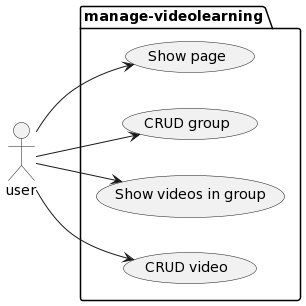
The PlantUML diagram design/docs/pages/manage/usecase.png in quynhphungvn/self-management, before a commit.
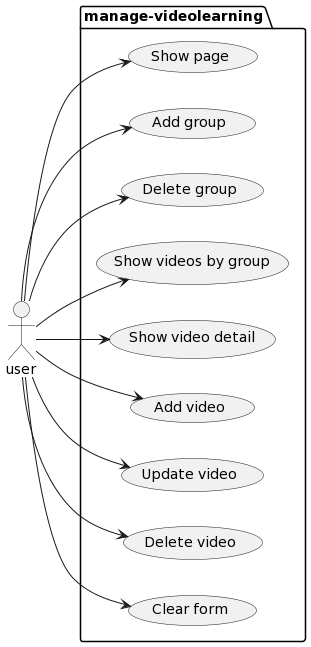
The same file after the commit.

Diff of the diagram source:
```diff
@@ -3,12 +3,22 @@
 actor user as u
 package manage-videolearning {
 usecase "Show page" as u1
-usecase "CRUD group" as u2
-usecase "Show videos in group" as u3
-usecase "CRUD video" as u4
+usecase "Add group" as u2
+usecase "Delete group" as u3
+usecase "Show videos by group" as u4
+usecase "Show video detail" as u5
+usecase "Add video" as u6
+usecase "Update video" as u7
+usecase "Delete video" as u8
+usecase "Clear form" as u9
 }
 u --> u1
 u --> u2
 u --> u3
 u --> u4
+u --> u5
+u --> u6
+u --> u7
+u --> u8
+u --> u9
 @enduml
```
